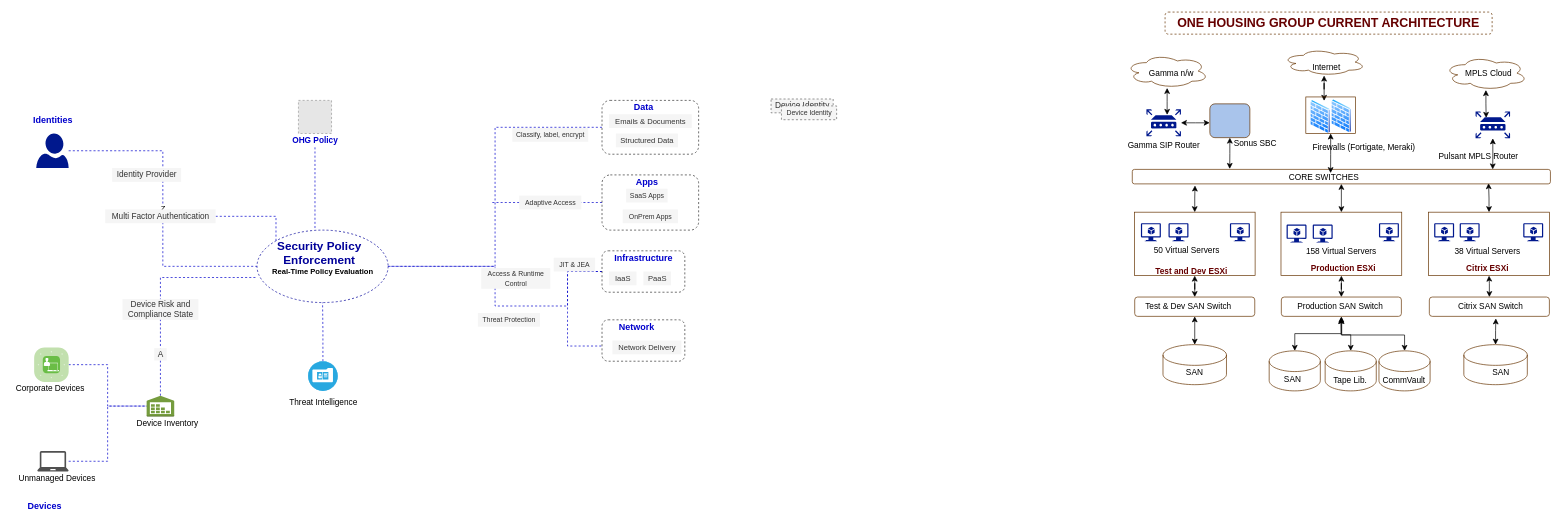
Earlier version of the draw.io diagram Untitled Diagram.drawio (ajeetsinghal/java). Source tidied: cells renumbered, new cells numbered last; positions are measured from the earlier drawing's top-left corner, leaving out a move shared by most shapes. Both pictures are drawn from the tidied source at 69%, with x=0, y=0 at pixel (12, 12). Pictures stored in the file or linked from it are replaced by grey dashed boxes.
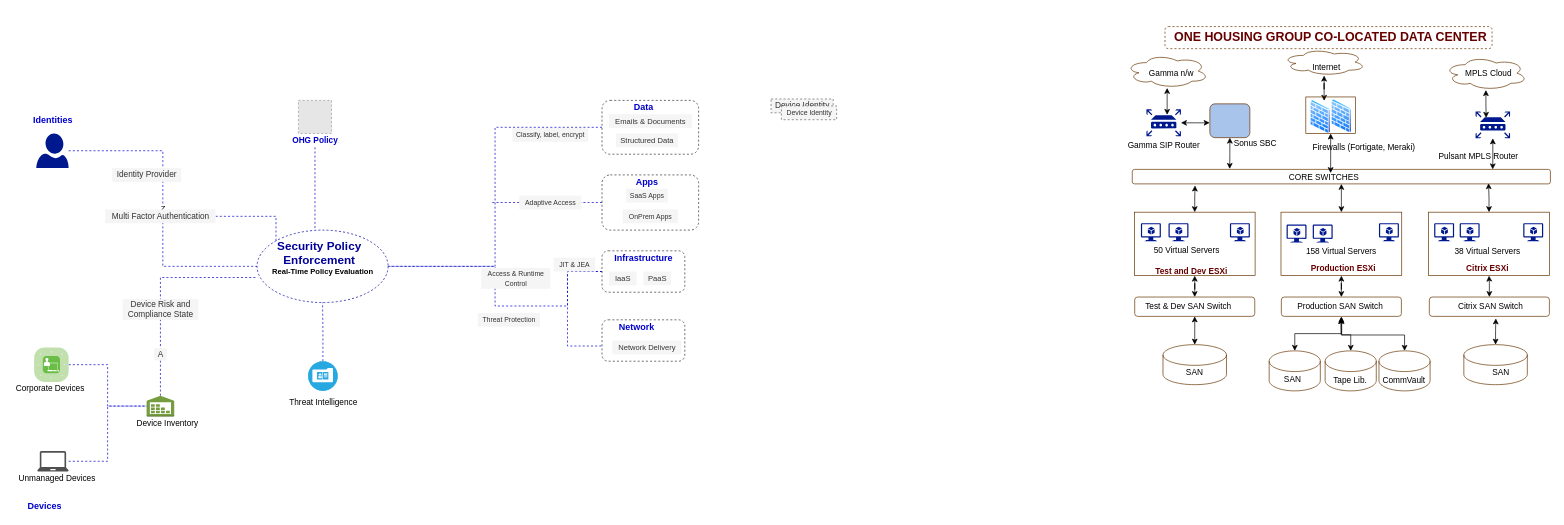
The same diagram, later.

Commit message:
Update OHG CO-LOCATED DC.drawio

The edit, as a diff of the source:
```diff
@@
-    <mxCell id="125" value="&lt;b&gt;&lt;font color=&quot;#660000&quot; style=&quot;font-size: 18px&quot;&gt;ONE HOUSING GROUP CURRENT ARCHITECTURE&lt;/font&gt;&lt;/b&gt;" style="text;html=1;strokeColor=none;fillColor=none;align=center;verticalAlign=middle;whiteSpace=wrap;rounded=0;" parent="1" vertex="1">
-      <mxGeometry x="1676" y="6" width="463.8" height="20" as="geometry" />
+    <mxCell id="125" value="&lt;b&gt;&lt;font color=&quot;#660000&quot; style=&quot;font-size: 18px&quot;&gt;ONE HOUSING GROUP CO-LOCATED DATA CENTER&lt;/font&gt;&lt;/b&gt;" style="text;html=1;strokeColor=none;fillColor=none;align=center;verticalAlign=middle;whiteSpace=wrap;rounded=0;" parent="1" vertex="1">
+      <mxGeometry x="1679.1" y="27" width="463.8" height="20" as="geometry" />
     </mxCell>
     <mxCell id="126" style="rounded=1;whiteSpace=wrap;html=1;strokeColor=#663300;fillColor=none;dashed=1;" parent="1" vertex="1">
-      <mxGeometry x="1671" width="474" height="32" as="geometry" />
+      <mxGeometry x="1670.9" y="21" width="474" height="32" as="geometry" />
     </mxCell>
```
